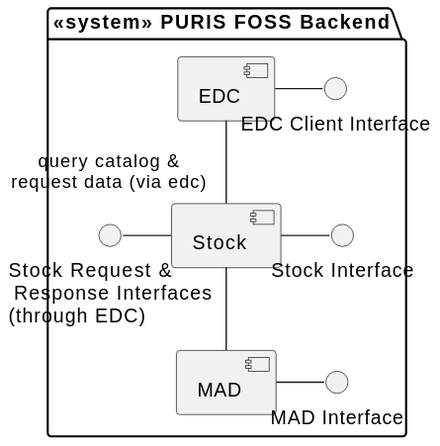
Before: docs/architecture/img/05-level-1-backend.svg, a diagram exported from PlantUML (eclipse-tractusx/puris). Its diagram source:
```plantuml
@startuml
skinparam linetype ortho

package "<<system>> PURIS FOSS Backend"{

  [EDC] as edc
  edc - "EDC Client Interface"

  [Stock] as stock
  stock - "Stock Interface"
  "Stock Request &\n Response Interfaces\n(through EDC)" - stock

  edc -- "query catalog &\nrequest data (via edc)" stock

  [MAD] as mad
  mad - "MAD Interface"

  stock -- mad

}
@enduml
```
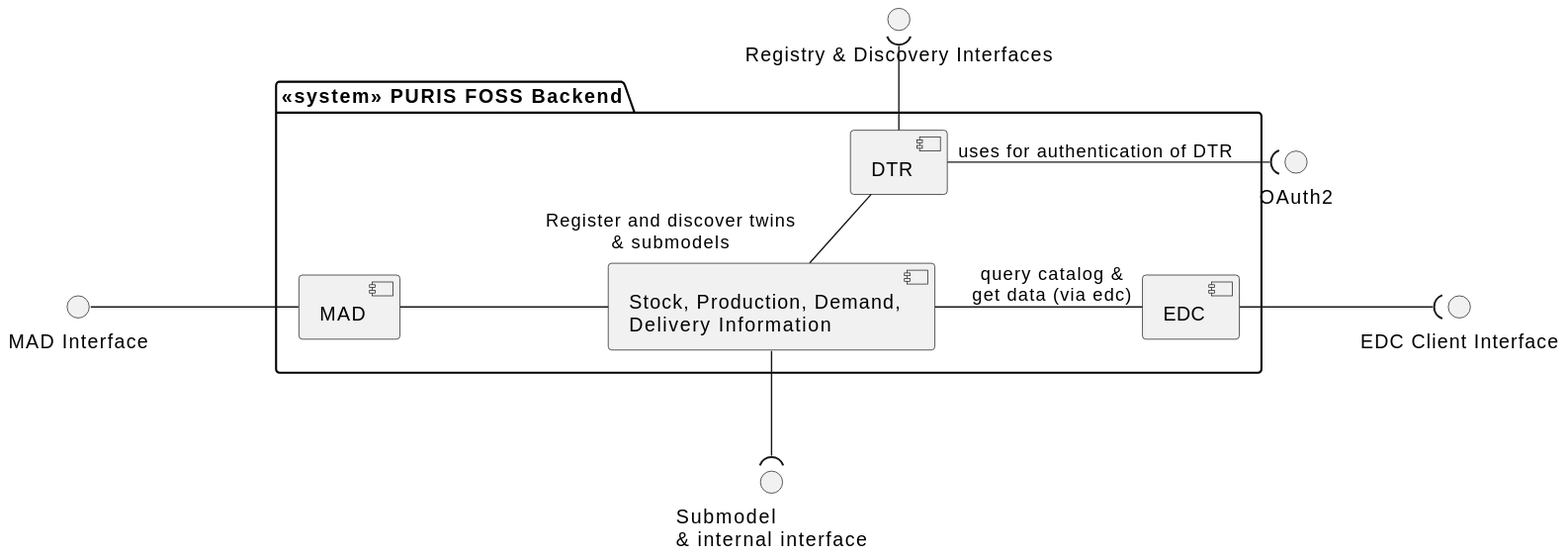
Later version of the same file.

Commit message:
docs(architecture/05): updated images and smaller fixes

The edit, as a diff of the source:
```diff
@@ -1,21 +1,24 @@
 @startuml
-skinparam linetype ortho
+skinparam linetype polyline
+skinparam nodesep 150
+skinparam ranksep 50
 
 package "<<system>> PURIS FOSS Backend"{
 
+  [DTR] as dtr
   [EDC] as edc
-  edc - "EDC Client Interface"
+  [Stock, Production, Demand,\nDelivery Information] as stock
+  [MAD] as mad
+}
 
-  [Stock] as stock
-  stock - "Stock Interface"
-  "Stock Request &\n Response Interfaces\n(through EDC)" - stock
+"Registry & Discovery Interfaces" )-- dtr
+"MAD Interface" - mad
+edc -( "EDC Client Interface"
+stock --( "Submodel \n& internal interface"
 
-  edc -- "query catalog &\nrequest data (via edc)" stock
+dtr -- "Register and discover twins\n& submodels" stock
+stock - "query catalog &\nget data (via edc)" edc
+mad - stock
 
-  [MAD] as mad
-  mad - "MAD Interface"
-
-  stock -- mad
-
-}
+"OAuth2" )-  "uses for authentication of DTR" dtr
 @enduml
```
